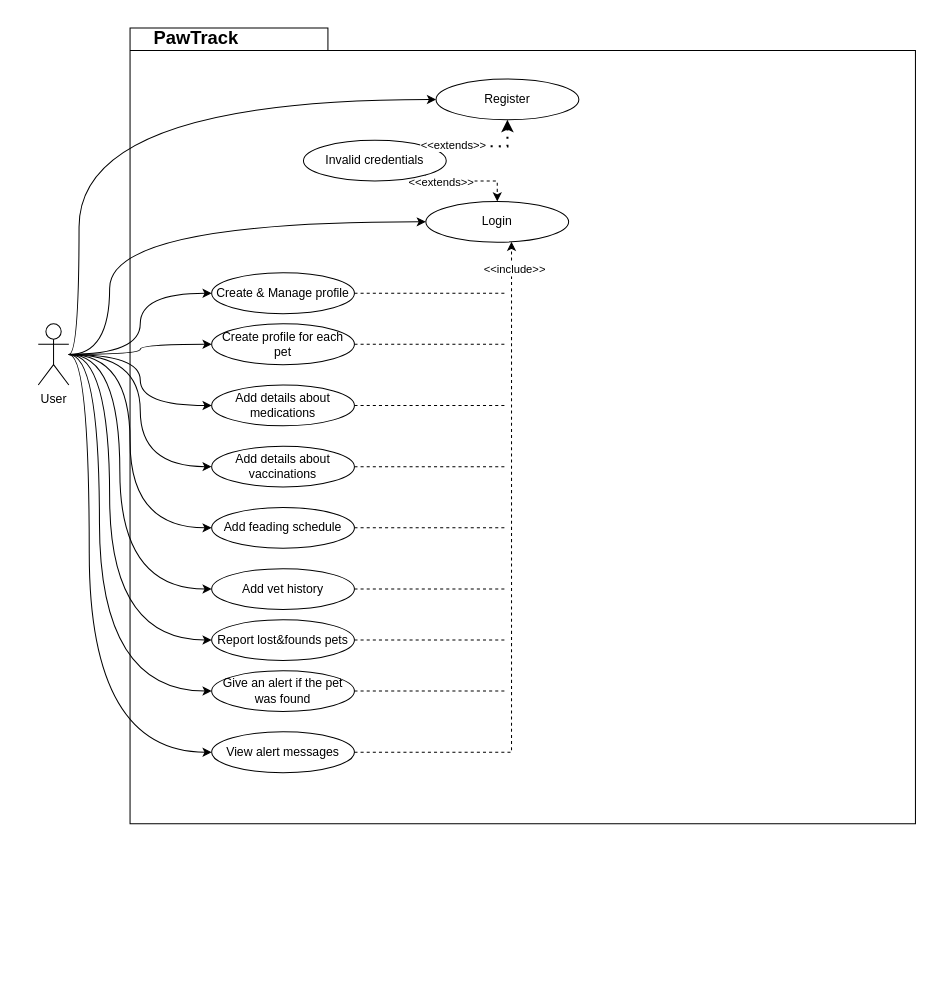
This is diagrams.drawio from ErikaRusznak/PawTrack, a draw.io file, before an edit. Source tidied: cells renumbered, new cells numbered last; positions are measured from the earlier drawing's top-left corner, leaving out a move shared by most shapes. Both pictures are drawn from the tidied source at 102%, with x=0, y=0 at pixel (38, 17).
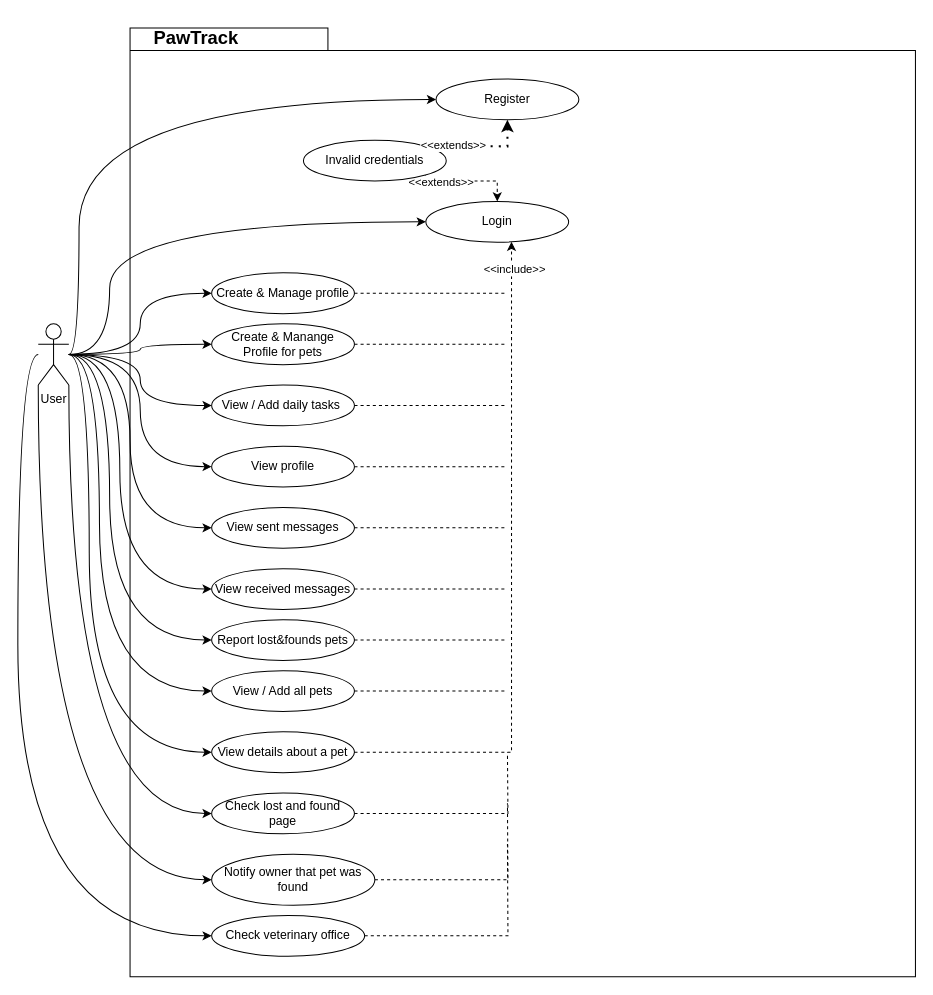
After the change.

Commit message:
update use case diagram

The change refers to these unchanged cells:
```xml
<mxCell id="22" value="User" style="shape=umlActor;verticalLabelPosition=bottom;verticalAlign=top;html=1;outlineConnect=0;" parent="1" vertex="1">
  <mxGeometry y="300" width="30" height="60" as="geometry" />
</mxCell>
```

Diff of the diagram source:
```diff
@@
     <mxCell id="2" style="shape=folder;fontStyle=1;spacingTop=10;tabWidth=194;tabHeight=22;tabPosition=left;html=1;rounded=0;shadow=0;comic=0;labelBackgroundColor=none;strokeWidth=1;fillColor=none;fontFamily=Verdana;fontSize=10;align=center;" parent="1" vertex="1">
-      <mxGeometry x="90" y="10" width="770" height="780" as="geometry" />
+      <mxGeometry x="90" y="10" width="770" height="930" as="geometry" />
     </mxCell>
@@
+    <mxCell id="42" style="edgeStyle=orthogonalEdgeStyle;rounded=0;jettySize=auto;html=1;entryX=0;entryY=0.5;entryDx=0;entryDy=0;curved=1;" parent="1" edge="1" source="22" target="46">
+      <mxGeometry relative="1" as="geometry">
+        <Array as="points">
+          <mxPoint x="30" y="780" />
+        </Array>
+      </mxGeometry>
+    </mxCell>
+    <mxCell id="43" style="edgeStyle=orthogonalEdgeStyle;rounded=0;jettySize=auto;html=1;entryX=0;entryY=0.5;entryDx=0;entryDy=0;curved=1;" parent="1" edge="1" source="22" target="48">
+      <mxGeometry relative="1" as="geometry">
+        <Array as="points">
+          <mxPoint y="845" />
+        </Array>
+      </mxGeometry>
+    </mxCell>
+    <mxCell id="44" style="edgeStyle=orthogonalEdgeStyle;rounded=0;jettySize=auto;html=1;entryX=0;entryY=0.5;entryDx=0;entryDy=0;curved=1;" parent="1" edge="1" source="22" target="50">
+      <mxGeometry relative="1" as="geometry">
+        <Array as="points">
+          <mxPoint x="-20" y="330" />
+          <mxPoint x="-20" y="900" />
+        </Array>
+      </mxGeometry>
+    </mxCell>
@@
-    <mxCell id="26" value="Create profile for each pet" style="ellipse;whiteSpace=wrap;html=1;" parent="1" vertex="1">
+    <mxCell id="26" value="Create &amp;amp; Manange Profile for pets" style="ellipse;whiteSpace=wrap;html=1;" parent="1" vertex="1">
       <mxGeometry x="170" y="300" width="140" height="40" as="geometry" />
     </mxCell>
@@
-    <mxCell id="28" value="Add details about medications" style="ellipse;whiteSpace=wrap;html=1;" parent="1" vertex="1">
+    <mxCell id="28" value="View / Add daily tasks&amp;nbsp;" style="ellipse;whiteSpace=wrap;html=1;" parent="1" vertex="1">
       <mxGeometry x="170" y="360" width="140" height="40" as="geometry" />
     </mxCell>
@@
-    <mxCell id="30" value="Add details about vaccinations" style="ellipse;whiteSpace=wrap;html=1;" parent="1" vertex="1">
+    <mxCell id="30" value="View profile" style="ellipse;whiteSpace=wrap;html=1;" parent="1" vertex="1">
       <mxGeometry x="170" y="420" width="140" height="40" as="geometry" />
     </mxCell>
@@
-    <mxCell id="32" value="Add feading schedule" style="ellipse;whiteSpace=wrap;html=1;" parent="1" vertex="1">
+    <mxCell id="32" value="View sent messages" style="ellipse;whiteSpace=wrap;html=1;" parent="1" vertex="1">
       <mxGeometry x="170" y="480" width="140" height="40" as="geometry" />
     </mxCell>
@@
-    <mxCell id="34" value="Add vet history" style="ellipse;whiteSpace=wrap;html=1;" parent="1" vertex="1">
+    <mxCell id="34" value="View received messages" style="ellipse;whiteSpace=wrap;html=1;" parent="1" vertex="1">
       <mxGeometry x="170" y="540" width="140" height="40" as="geometry" />
     </mxCell>
@@
-    <mxCell id="38" value="Give an alert if the pet was found" style="ellipse;whiteSpace=wrap;html=1;" parent="1" vertex="1">
+    <mxCell id="38" value="View / Add all pets" style="ellipse;whiteSpace=wrap;html=1;" parent="1" vertex="1">
       <mxGeometry x="170" y="640" width="140" height="40" as="geometry" />
     </mxCell>
-    <mxCell id="39" value="View alert messages" style="ellipse;whiteSpace=wrap;html=1;" parent="1" vertex="1">
+    <mxCell id="39" value="View details about a pet" style="ellipse;whiteSpace=wrap;html=1;" parent="1" vertex="1">
       <mxGeometry x="170" y="700" width="140" height="40" as="geometry" />
     </mxCell>
@@
+    <mxCell id="45" style="edgeStyle=orthogonalEdgeStyle;rounded=0;jettySize=auto;html=1;dashed=1;endArrow=none;startFill=0;" parent="1" edge="1" source="46">
+      <mxGeometry relative="1" as="geometry">
+        <mxPoint x="460" y="720" as="targetPoint" />
+      </mxGeometry>
+    </mxCell>
+    <mxCell id="46" value="Check lost and found page" style="ellipse;whiteSpace=wrap;html=1;" parent="1" vertex="1">
+      <mxGeometry x="170" y="760" width="140" height="40" as="geometry" />
+    </mxCell>
+    <mxCell id="47" style="edgeStyle=orthogonalEdgeStyle;rounded=0;jettySize=auto;html=1;endArrow=none;startFill=0;dashed=1;" parent="1" edge="1" source="48">
+      <mxGeometry relative="1" as="geometry">
+        <mxPoint x="460" y="770" as="targetPoint" />
+      </mxGeometry>
+    </mxCell>
+    <mxCell id="48" value="Notify owner that pet was found" style="ellipse;whiteSpace=wrap;html=1;" parent="1" vertex="1">
+      <mxGeometry x="170" y="820" width="160" height="50" as="geometry" />
+    </mxCell>
+    <mxCell id="49" style="edgeStyle=orthogonalEdgeStyle;rounded=0;jettySize=auto;html=1;endArrow=none;startFill=0;dashed=1;" parent="1" edge="1" source="50">
+      <mxGeometry relative="1" as="geometry">
+        <mxPoint x="460" y="810" as="targetPoint" />
+      </mxGeometry>
+    </mxCell>
+    <mxCell id="50" value="Check veterinary office" style="ellipse;whiteSpace=wrap;html=1;" parent="1" vertex="1">
+      <mxGeometry x="170" y="880" width="150" height="40" as="geometry" />
+    </mxCell>
```
